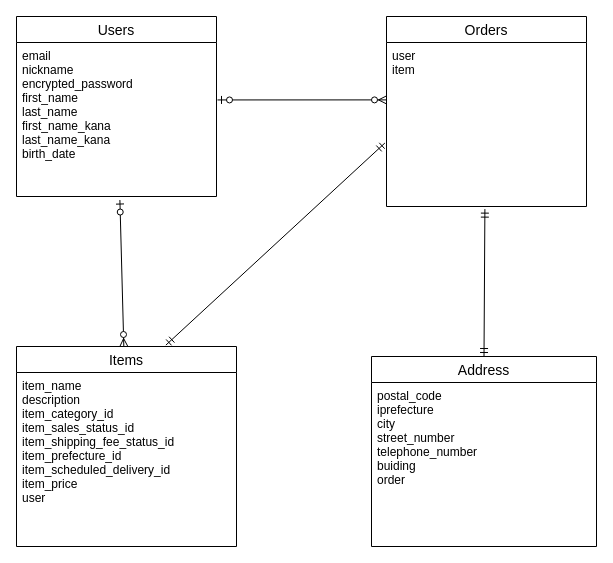
Earlier version of the draw.io diagram test.dio (Kenn1476/furima-39704). Source tidied: cells renumbered, new cells numbered last; positions are measured from the earlier drawing's top-left corner, leaving out a move shared by most shapes. Both pictures are drawn from the tidied source at 100%, with x=0, y=0 at pixel (16, 16).
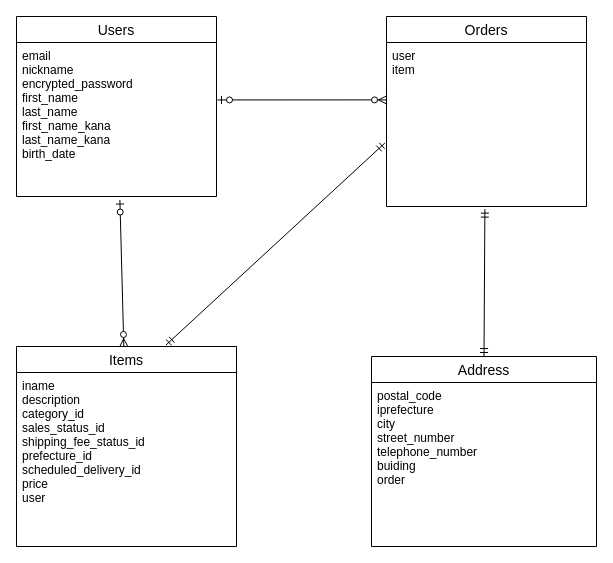
Above is the later version.

Diff of the diagram source:
```diff
@@
 <mxGraphModel>
   <root>
     <mxCell id="0" />
     <mxCell id="1" parent="0" />
     <mxCell id="2" style="fontSize=12;html=1;endArrow=ERzeroToMany;startArrow=ERzeroToOne;exitX=0.517;exitY=1.023;exitDx=0;exitDy=0;shadow=0;exitPerimeter=0;" parent="1" edge="1" source="4" target="7">
       <mxGeometry relative="1" as="geometry" />
     </mxCell>
     <mxCell id="3" value="Users" style="swimlane;fontStyle=0;horizontal=1;startSize=26;align=center;fontSize=14;" parent="1" vertex="1">
       <mxGeometry width="200" height="180" as="geometry" />
     </mxCell>
     <mxCell id="4" value="email&#10;nickname&#10;encrypted_password&#10;first_name&#10;last_name&#10;first_name_kana&#10;last_name_kana&#10;birth_date" style="text;strokeColor=none;fillColor=none;spacingLeft=4;spacingRight=4;overflow=hidden;points=[[0,0.5],[1,0.5]];portConstraint=eastwest;fontSize=12;" parent="3" vertex="1">
       <mxGeometry y="26" width="200" height="154" as="geometry" />
     </mxCell>
     <mxCell id="5" value="Orders" style="swimlane;fontStyle=0;horizontal=1;startSize=26;align=center;fontSize=14;" parent="1" vertex="1">
       <mxGeometry x="370" width="200" height="190" as="geometry" />
     </mxCell>
     <mxCell id="6" value="user&#10;item" style="text;strokeColor=none;fillColor=none;spacingLeft=4;spacingRight=4;overflow=hidden;points=[[0,0.5],[1,0.5]];portConstraint=eastwest;fontSize=12;" parent="5" vertex="1">
       <mxGeometry y="26" width="200" height="164" as="geometry" />
     </mxCell>
     <mxCell id="7" value="Items" style="swimlane;fontStyle=0;horizontal=1;startSize=26;align=center;fontSize=14;" parent="1" vertex="1">
       <mxGeometry y="330" width="220" height="200" as="geometry" />
     </mxCell>
-    <mxCell id="8" value="item_name&#10;description&#10;item_category_id&#10;item_sales_status_id&#10;item_shipping_fee_status_id&#10;item_prefecture_id&#10;item_scheduled_delivery_id&#10;item_price&#10;user" style="text;strokeColor=none;fillColor=none;spacingLeft=4;spacingRight=4;overflow=hidden;fontSize=12;" parent="7" vertex="1">
+    <mxCell id="8" value="iname&#10;description&#10;category_id&#10;sales_status_id&#10;shipping_fee_status_id&#10;prefecture_id&#10;scheduled_delivery_id&#10;price&#10;user" style="text;strokeColor=none;fillColor=none;spacingLeft=4;spacingRight=4;overflow=hidden;fontSize=12;" parent="7" vertex="1">
       <mxGeometry y="26" width="220" height="174" as="geometry" />
     </mxCell>
     <mxCell id="9" value="Address" style="swimlane;fontStyle=0;horizontal=1;startSize=26;align=center;fontSize=14;" parent="1" vertex="1">
       <mxGeometry x="355" y="340" width="225" height="190" as="geometry" />
     </mxCell>
     <mxCell id="10" value="postal_code&#10;iprefecture&#10;city&#10;street_number&#10;telephone_number&#10;buiding&#10;order" style="text;strokeColor=none;fillColor=none;spacingLeft=4;spacingRight=4;overflow=hidden;fontSize=12;" parent="9" vertex="1">
       <mxGeometry y="26" width="225" height="164" as="geometry" />
     </mxCell>
     <mxCell id="11" style="fontSize=12;html=1;endArrow=ERzeroToMany;startArrow=ERzeroToOne;exitX=1.005;exitY=0.373;exitDx=0;exitDy=0;exitPerimeter=0;entryX=0;entryY=0.35;entryDx=0;entryDy=0;jumpSize=13;entryPerimeter=0;" parent="1" edge="1" source="4" target="6">
       <mxGeometry relative="1" as="geometry" />
     </mxCell>
     <mxCell id="12" style="fontSize=12;html=1;endArrow=ERmandOne;startArrow=ERmandOne;shadow=0;exitX=0.679;exitY=-0.007;exitDx=0;exitDy=0;exitPerimeter=0;entryX=-0.008;entryY=0.613;entryDx=0;entryDy=0;entryPerimeter=0;" parent="1" edge="1" source="7" target="6">
       <mxGeometry relative="1" as="geometry" />
     </mxCell>
     <mxCell id="13" style="fontSize=12;html=1;endArrow=ERmandOne;startArrow=ERmandOne;shadow=0;exitX=0.5;exitY=0;exitDx=0;exitDy=0;entryX=0.492;entryY=1.016;entryDx=0;entryDy=0;entryPerimeter=0;" parent="1" edge="1" source="9" target="6">
       <mxGeometry relative="1" as="geometry" />
     </mxCell>
   </root>
 </mxGraphModel>
```
